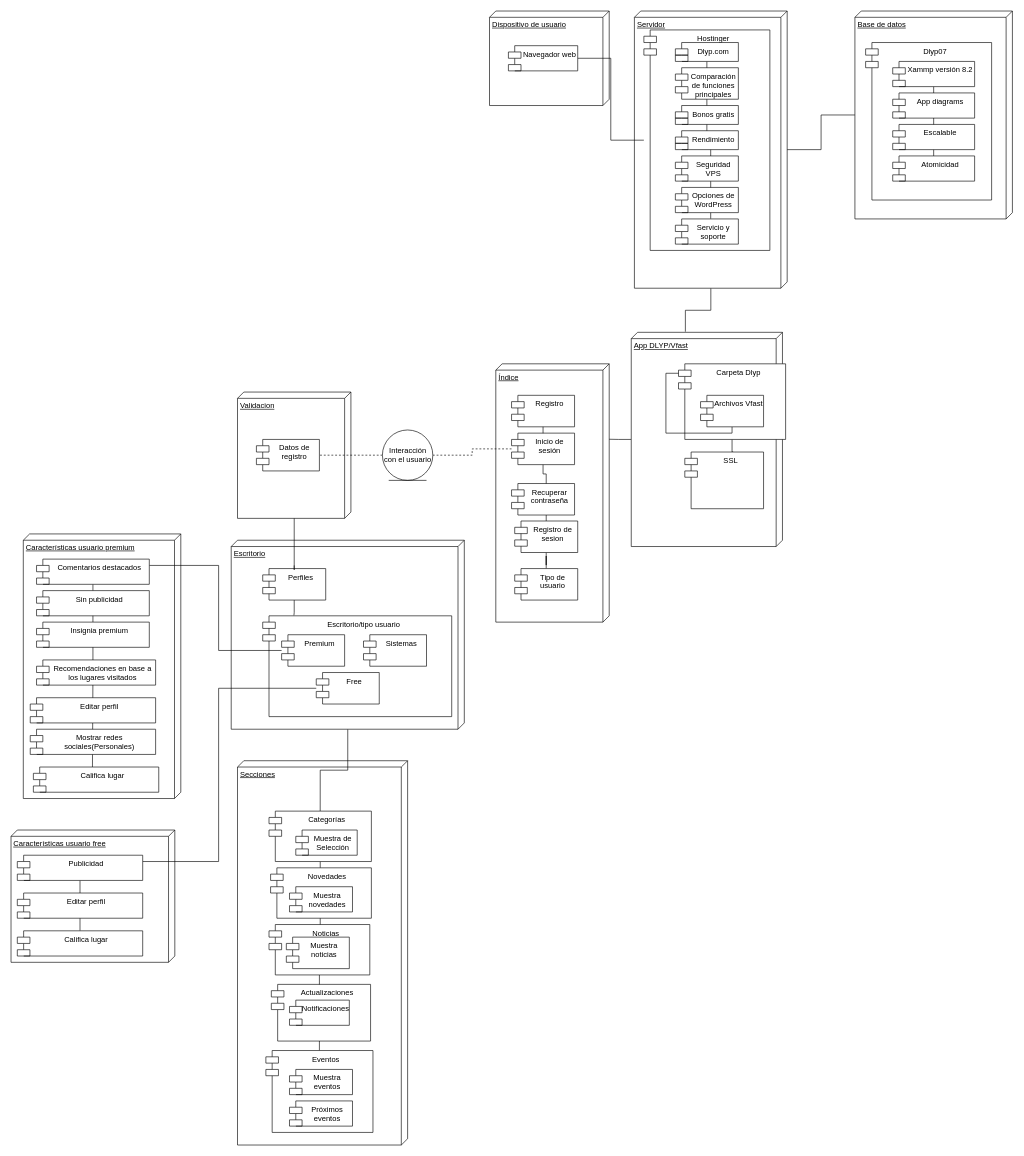
This is diagrama de despliege.drawio from JlchavezG/DlypMaster, a draw.io file, before an edit. Source tidied: cells renumbered, new cells numbered last; positions are measured from the earlier drawing's top-left corner, leaving out a move shared by most shapes. Both pictures are drawn from the tidied source at 63%, with x=0, y=0 at pixel (11, 11).
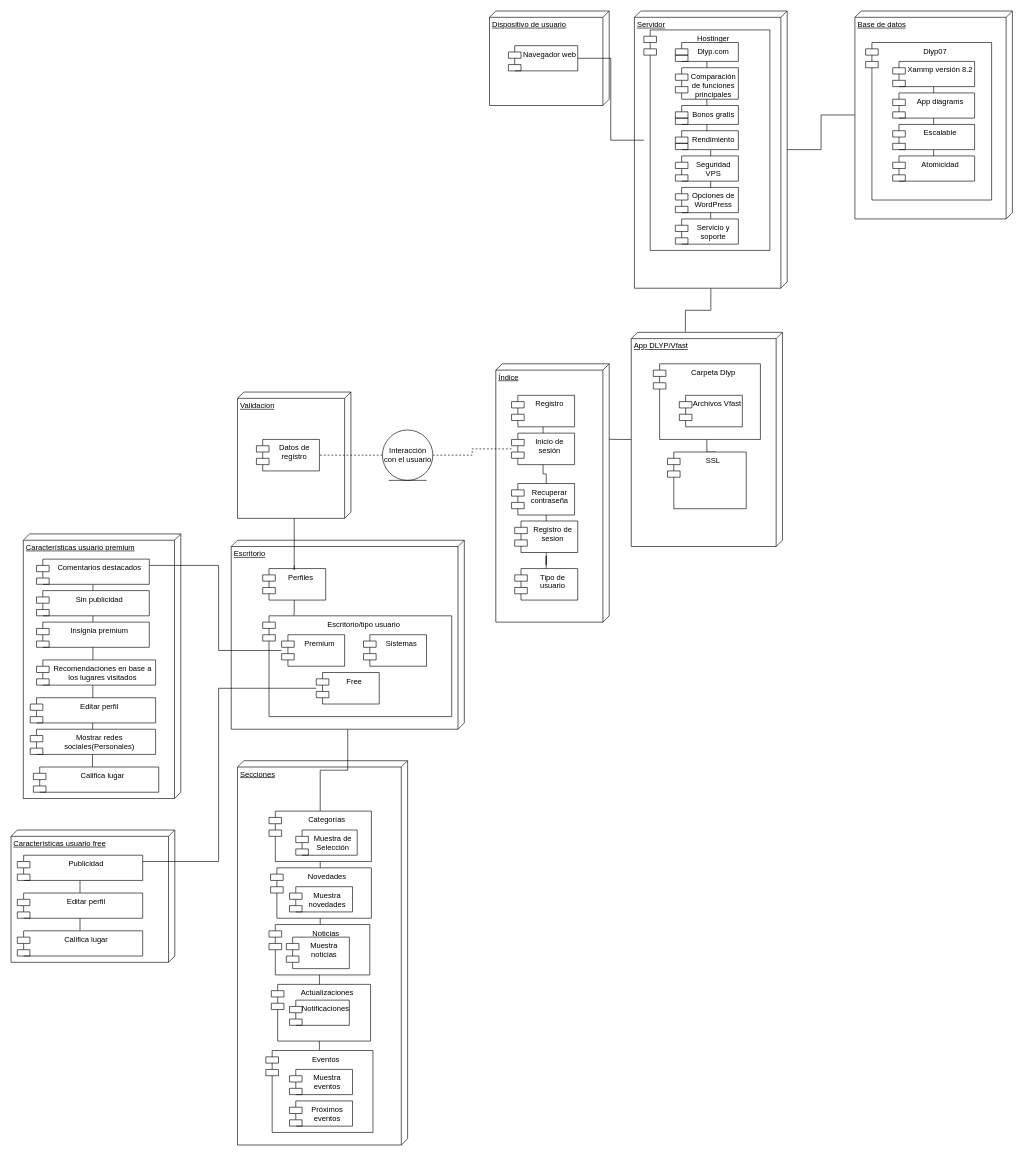
The same page after the edit.

The edit, as a diff of the source:
```diff
@@
     <mxCell id="19" value="Carpeta Dlyp" style="shape=module;align=left;spacingLeft=20;align=center;verticalAlign=top;whiteSpace=wrap;html=1;" parent="1" vertex="1">
-      <mxGeometry x="1059.5" y="560" width="170" height="120" as="geometry" />
+      <mxGeometry x="1019.5" y="560" width="170" height="120" as="geometry" />
     </mxCell>
-    <mxCell id="20" style="edgeStyle=orthogonalEdgeStyle;rounded=0;jettySize=auto;html=1;entryX=0;entryY=0;entryDx=0;entryDy=15;entryPerimeter=0;endArrow=none;endFill=0;" parent="1" edge="1" source="21" target="19">
-      <mxGeometry relative="1" as="geometry">
-        <Array as="points">
-          <mxPoint x="1144.5" y="670" />
-          <mxPoint x="1039.5" y="670" />
-          <mxPoint x="1039.5" y="575" />
-        </Array>
-      </mxGeometry>
-    </mxCell>
     <mxCell id="21" value="Archivos Vfast" style="shape=module;align=left;spacingLeft=20;align=center;verticalAlign=top;whiteSpace=wrap;html=1;" parent="1" vertex="1">
-      <mxGeometry x="1094.5" y="610" width="100" height="50" as="geometry" />
+      <mxGeometry x="1060.8" y="610" width="100" height="50" as="geometry" />
     </mxCell>
     <mxCell id="22" value="SSL" style="shape=module;align=left;spacingLeft=20;align=center;verticalAlign=top;whiteSpace=wrap;html=1;" parent="1" vertex="1">
-      <mxGeometry x="1069.5" y="700" width="125" height="90" as="geometry" />
+      <mxGeometry x="1042" y="700" width="125" height="90" as="geometry" />
     </mxCell>
```
